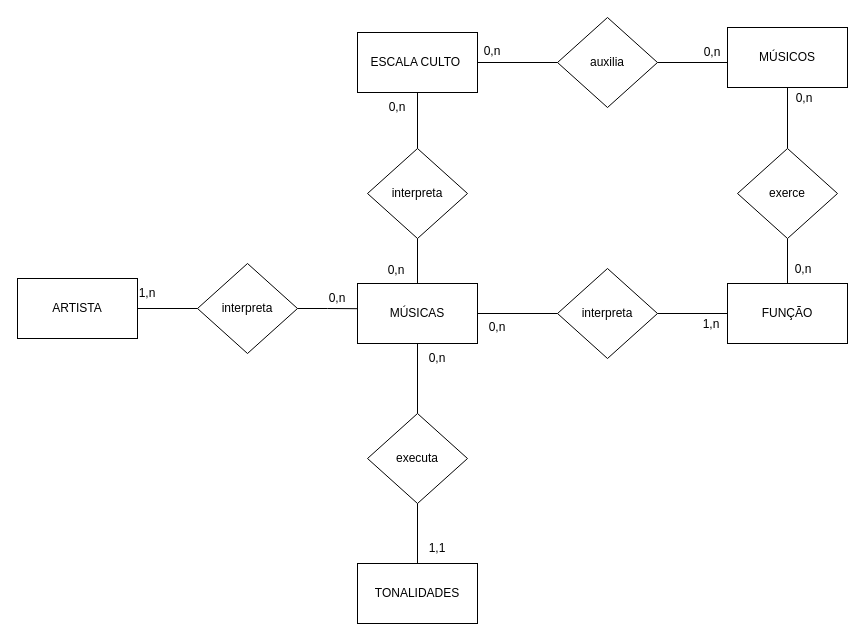
Earlier version of the draw.io diagram page "MER_ver2" (1 of 2) of modelo_entidade_relacionamento.drawio (gabriel-txt/EscalaCanto). Source tidied: cells renumbered, new cells numbered last; positions are measured from the earlier drawing's top-left corner, leaving out a move shared by most shapes. Both pictures are drawn from the tidied source at 100%, with x=0, y=0 at pixel (17, 17).
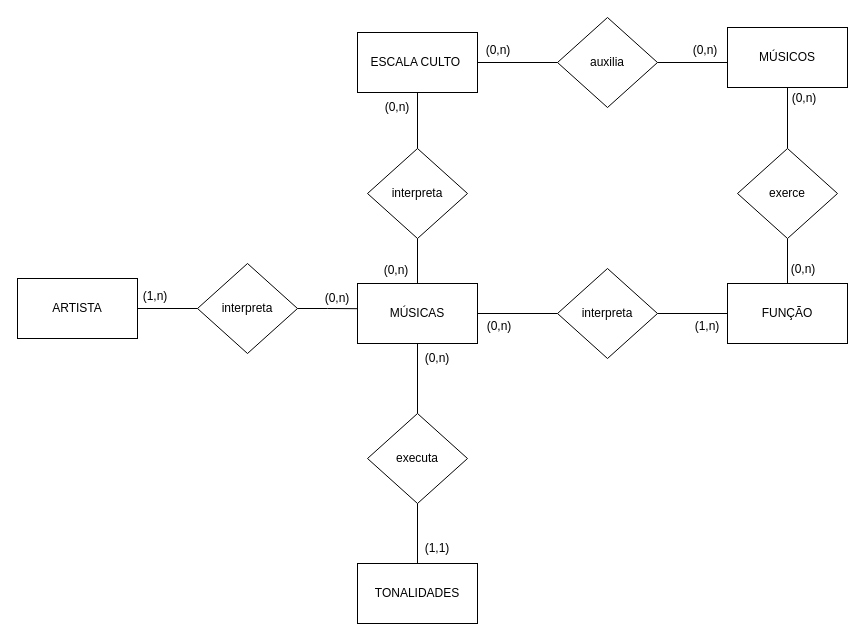
The same diagram, later.

Unchanged cells that the change refers to:
```xml
<mxCell id="17" style="group;" parent="1" vertex="1">
  <mxGeometry x="290" y="266" width="60" height="30" as="geometry" />
</mxCell>
<mxCell id="20" style="group;" parent="1" vertex="1">
  <mxGeometry x="390" y="326" width="60" height="30" as="geometry" />
</mxCell>
<mxCell id="37" style="group;" parent="1" vertex="1">
  <mxGeometry x="340" y="10" width="166" height="65" as="geometry" />
</mxCell>
```

What changed in the source:
```diff
@@
-    <mxCell id="13" value="1,1" style="text;html=1;align=center;verticalAlign=middle;whiteSpace=wrap;rounded=0;" parent="1" vertex="1">
+    <mxCell id="13" value="(1,1)" style="text;html=1;align=center;verticalAlign=middle;whiteSpace=wrap;rounded=0;" parent="1" vertex="1">
       <mxGeometry x="390" y="516" width="60" height="30" as="geometry" />
     </mxCell>
@@
-    <mxCell id="16" value="1,n" style="text;html=1;align=center;verticalAlign=middle;whiteSpace=wrap;rounded=0;" parent="1" vertex="1">
-      <mxGeometry x="100" y="261" width="60" height="30" as="geometry" />
+    <mxCell id="16" value="(1,n)" style="text;html=1;align=center;verticalAlign=middle;whiteSpace=wrap;rounded=0;" parent="1" vertex="1">
+      <mxGeometry x="108" y="264" width="60" height="30" as="geometry" />
     </mxCell>
@@
-    <mxCell id="19" value="0,n" style="text;html=1;align=center;verticalAlign=middle;whiteSpace=wrap;rounded=0;" parent="17" vertex="1">
+    <mxCell id="19" value="(0,n)" style="text;html=1;align=center;verticalAlign=middle;whiteSpace=wrap;rounded=0;" parent="17" vertex="1">
       <mxGeometry width="60" height="30" as="geometry" />
     </mxCell>
@@
-    <mxCell id="22" value="0,n" style="text;html=1;align=center;verticalAlign=middle;whiteSpace=wrap;rounded=0;" parent="20" vertex="1">
+    <mxCell id="22" value="(0,n)" style="text;html=1;align=center;verticalAlign=middle;whiteSpace=wrap;rounded=0;" parent="20" vertex="1">
       <mxGeometry width="60" height="30" as="geometry" />
     </mxCell>
@@
-    <mxCell id="26" value="0,n" style="text;html=1;align=center;verticalAlign=middle;whiteSpace=wrap;rounded=0;" parent="1" vertex="1">
-      <mxGeometry x="450" y="295" width="60" height="30" as="geometry" />
+    <mxCell id="26" value="(0,n)" style="text;html=1;align=center;verticalAlign=middle;whiteSpace=wrap;rounded=0;" parent="1" vertex="1">
+      <mxGeometry x="452" y="294" width="60" height="30" as="geometry" />
     </mxCell>
-    <mxCell id="27" value="1,n" style="text;html=1;align=center;verticalAlign=middle;whiteSpace=wrap;rounded=0;" parent="1" vertex="1">
-      <mxGeometry x="664" y="292" width="60" height="30" as="geometry" />
+    <mxCell id="27" value="(1,n)" style="text;html=1;align=center;verticalAlign=middle;whiteSpace=wrap;rounded=0;" parent="1" vertex="1">
+      <mxGeometry x="660" y="294" width="60" height="30" as="geometry" />
     </mxCell>
@@
-    <mxCell id="34" value="0,n" style="text;html=1;align=center;verticalAlign=middle;whiteSpace=wrap;rounded=0;" parent="1" vertex="1">
-      <mxGeometry x="665" y="20" width="60" height="30" as="geometry" />
+    <mxCell id="34" value="(0,n)" style="text;html=1;align=center;verticalAlign=middle;whiteSpace=wrap;rounded=0;" parent="1" vertex="1">
+      <mxGeometry x="658" y="18" width="60" height="30" as="geometry" />
     </mxCell>
@@
-    <mxCell id="36" value="0,n" style="text;html=1;align=center;verticalAlign=middle;whiteSpace=wrap;rounded=0;" parent="1" vertex="1">
+    <mxCell id="36" value="(0,n)" style="text;html=1;align=center;verticalAlign=middle;whiteSpace=wrap;rounded=0;" parent="1" vertex="1">
       <mxGeometry x="757" y="66" width="60" height="30" as="geometry" />
     </mxCell>
@@
-    <mxCell id="39" value="0,n" style="text;html=1;align=center;verticalAlign=middle;whiteSpace=wrap;rounded=0;" parent="37" vertex="1">
-      <mxGeometry x="105" y="9" width="60" height="30" as="geometry" />
+    <mxCell id="39" value="(0,n)" style="text;html=1;align=center;verticalAlign=middle;whiteSpace=wrap;rounded=0;" parent="37" vertex="1">
+      <mxGeometry x="111" y="8" width="60" height="30" as="geometry" />
     </mxCell>
-    <mxCell id="40" value="0,n" style="text;html=1;align=center;verticalAlign=middle;whiteSpace=wrap;rounded=0;" parent="1" vertex="1">
+    <mxCell id="40" value="(0,n)" style="text;html=1;align=center;verticalAlign=middle;whiteSpace=wrap;rounded=0;" parent="1" vertex="1">
       <mxGeometry x="350" y="75" width="60" height="30" as="geometry" />
     </mxCell>
-    <mxCell id="41" value="0,n" style="text;html=1;align=center;verticalAlign=middle;whiteSpace=wrap;rounded=0;" parent="1" vertex="1">
+    <mxCell id="41" value="(0,n)" style="text;html=1;align=center;verticalAlign=middle;whiteSpace=wrap;rounded=0;" parent="1" vertex="1">
       <mxGeometry x="349" y="238" width="60" height="30" as="geometry" />
     </mxCell>
-    <mxCell id="42" value="0,n" style="text;html=1;align=center;verticalAlign=middle;whiteSpace=wrap;rounded=0;" parent="1" vertex="1">
+    <mxCell id="42" value="(0,n)" style="text;html=1;align=center;verticalAlign=middle;whiteSpace=wrap;rounded=0;" parent="1" vertex="1">
       <mxGeometry x="756" y="236.5" width="60" height="30" as="geometry" />
     </mxCell>
```
